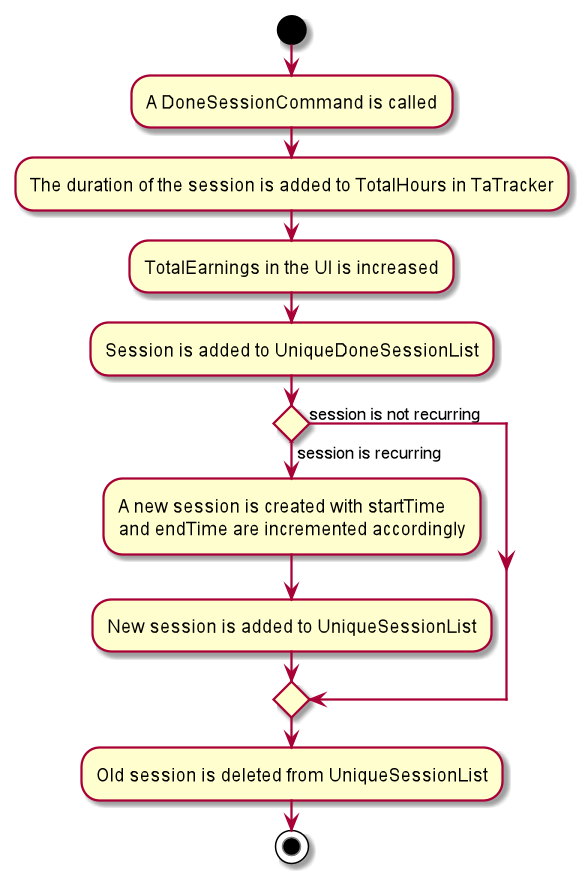
Before: docs/images/TssActivityDiagram.png, a diagram exported from PlantUML (nus-cs2103-AY1920S2/addressbook-level3).
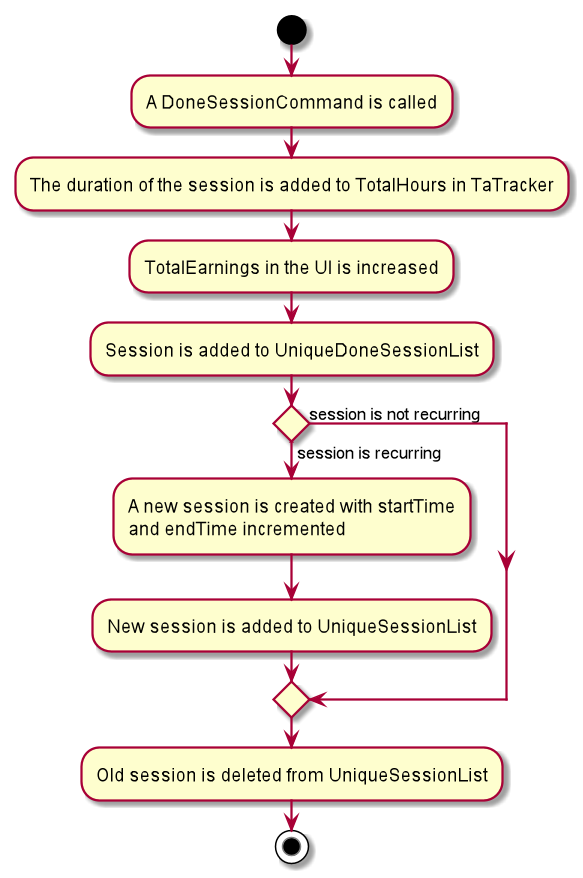
Later version of the same file.

The edit, as a diff of the source:
```diff
@@ -8,7 +8,7 @@
 
   if () then (session is recurring)
     :A new session is created with startTime
-    and endTime are incremented accordingly;
+    and endTime incremented;
     :New session is added to UniqueSessionList;
 
     else (session is not recurring)
```
